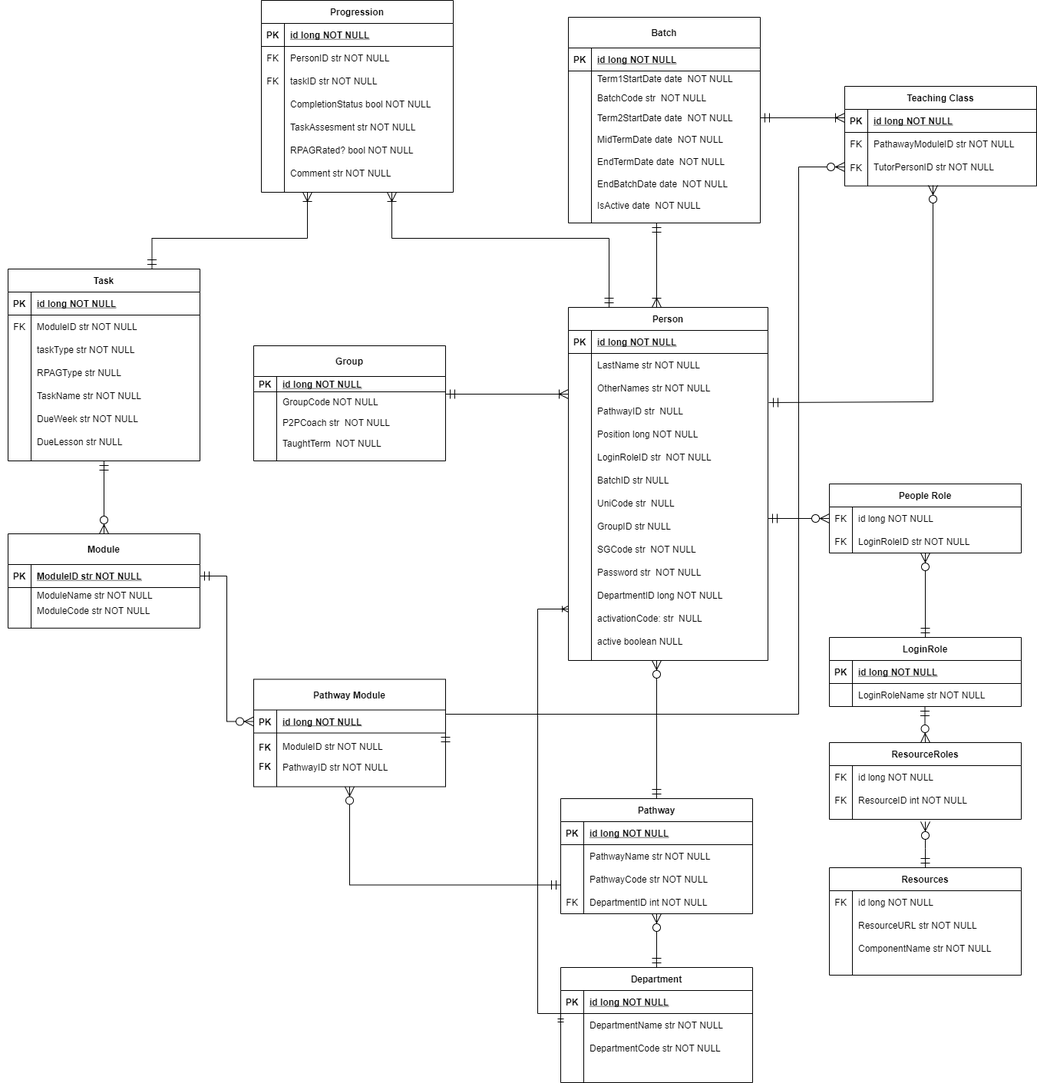
Above: 2021/mongodb/HackathonERD.png in JohnAPedagogy/ProgressiveStudentHackathon (draw.io), before the change. Source tidied: cells renumbered, new cells last; positions are measured from the earlier drawing's top-left corner, leaving out a move shared by most shapes.
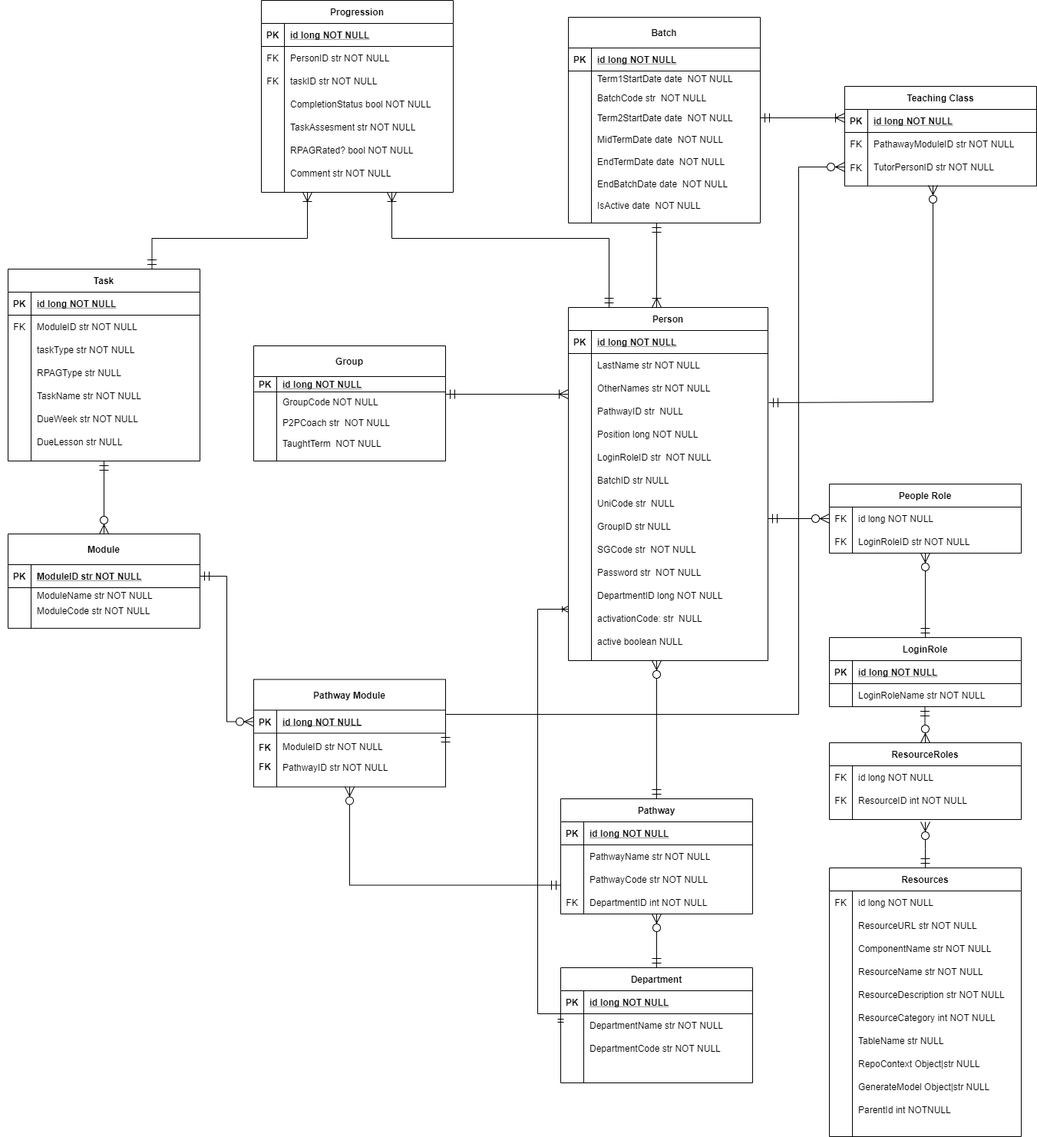
Later version of the same file.

Change to the diagram source:
```diff
@@ -635,7 +635,7 @@
       <mxGeometry x="30" width="220" height="30" as="geometry" />
     </mxCell>
     <mxCell id="196" value="Resources" style="shape=table;startSize=30;rowLines=0;fontStyle=1;align=center;" parent="1" vertex="1">
-      <mxGeometry x="1080" y="1130" width="250" height="140" as="geometry" />
+      <mxGeometry x="1080" y="1130" width="250" height="350" as="geometry" />
     </mxCell>
     <mxCell id="197" style="shape=partialRectangle;fillColor=none;top=0;left=0;right=0;bottom=0;" parent="196" vertex="1">
       <mxGeometry y="30" width="250" height="30" as="geometry" />
@@ -664,6 +664,69 @@
     <mxCell id="205" value="ComponentName str NOT NULL" style="shape=partialRectangle;overflow=hidden;fillColor=none;top=0;left=0;bottom=0;right=0;align=left;spacingLeft=6;" parent="203" vertex="1">
       <mxGeometry x="30" width="220" height="30" as="geometry" />
     </mxCell>
+    <mxCell id="221" style="shape=partialRectangle;fillColor=none;top=0;left=0;right=0;bottom=0;" parent="196" vertex="1">
+      <mxGeometry y="120" width="250" height="30" as="geometry" />
+    </mxCell>
+    <mxCell id="222" style="shape=partialRectangle;overflow=hidden;fillColor=none;top=0;left=0;bottom=0;right=0;" parent="221" vertex="1">
+      <mxGeometry width="30" height="30" as="geometry" />
+    </mxCell>
+    <mxCell id="223" value="ResourceName str NOT NULL" style="shape=partialRectangle;overflow=hidden;fillColor=none;top=0;left=0;bottom=0;right=0;align=left;spacingLeft=6;" parent="221" vertex="1">
+      <mxGeometry x="30" width="220" height="30" as="geometry" />
+    </mxCell>
+    <mxCell id="224" style="shape=partialRectangle;fillColor=none;top=0;left=0;right=0;bottom=0;" parent="196" vertex="1">
+      <mxGeometry y="150" width="250" height="30" as="geometry" />
+    </mxCell>
+    <mxCell id="225" style="shape=partialRectangle;overflow=hidden;fillColor=none;top=0;left=0;bottom=0;right=0;" parent="224" vertex="1">
+      <mxGeometry width="30" height="30" as="geometry" />
+    </mxCell>
+    <mxCell id="226" value="ResourceDescription str NOT NULL" style="shape=partialRectangle;overflow=hidden;fillColor=none;top=0;left=0;bottom=0;right=0;align=left;spacingLeft=6;" parent="224" vertex="1">
+      <mxGeometry x="30" width="220" height="30" as="geometry" />
+    </mxCell>
+    <mxCell id="227" style="shape=partialRectangle;fillColor=none;top=0;left=0;right=0;bottom=0;" parent="196" vertex="1">
+      <mxGeometry y="180" width="250" height="30" as="geometry" />
+    </mxCell>
+    <mxCell id="228" style="shape=partialRectangle;overflow=hidden;fillColor=none;top=0;left=0;bottom=0;right=0;" parent="227" vertex="1">
+      <mxGeometry width="30" height="30" as="geometry" />
+    </mxCell>
+    <mxCell id="229" value="ResourceCategory int NOT NULL" style="shape=partialRectangle;overflow=hidden;fillColor=none;top=0;left=0;bottom=0;right=0;align=left;spacingLeft=6;" parent="227" vertex="1">
+      <mxGeometry x="30" width="220" height="30" as="geometry" />
+    </mxCell>
+    <mxCell id="230" style="shape=partialRectangle;fillColor=none;top=0;left=0;right=0;bottom=0;" parent="196" vertex="1">
+      <mxGeometry y="210" width="250" height="30" as="geometry" />
+    </mxCell>
+    <mxCell id="231" style="shape=partialRectangle;overflow=hidden;fillColor=none;top=0;left=0;bottom=0;right=0;" parent="230" vertex="1">
+      <mxGeometry width="30" height="30" as="geometry" />
+    </mxCell>
+    <mxCell id="232" value="TableName str NULL" style="shape=partialRectangle;overflow=hidden;fillColor=none;top=0;left=0;bottom=0;right=0;align=left;spacingLeft=6;" parent="230" vertex="1">
+      <mxGeometry x="30" width="220" height="30" as="geometry" />
+    </mxCell>
+    <mxCell id="233" style="shape=partialRectangle;fillColor=none;top=0;left=0;right=0;bottom=0;" parent="196" vertex="1">
+      <mxGeometry y="240" width="250" height="30" as="geometry" />
+    </mxCell>
+    <mxCell id="234" style="shape=partialRectangle;overflow=hidden;fillColor=none;top=0;left=0;bottom=0;right=0;" parent="233" vertex="1">
+      <mxGeometry width="30" height="30" as="geometry" />
+    </mxCell>
+    <mxCell id="235" value="RepoContext Object|str NULL" style="shape=partialRectangle;overflow=hidden;fillColor=none;top=0;left=0;bottom=0;right=0;align=left;spacingLeft=6;" parent="233" vertex="1">
+      <mxGeometry x="30" width="220" height="30" as="geometry" />
+    </mxCell>
+    <mxCell id="236" style="shape=partialRectangle;fillColor=none;top=0;left=0;right=0;bottom=0;" parent="196" vertex="1">
+      <mxGeometry y="270" width="250" height="30" as="geometry" />
+    </mxCell>
+    <mxCell id="237" style="shape=partialRectangle;overflow=hidden;fillColor=none;top=0;left=0;bottom=0;right=0;" parent="236" vertex="1">
+      <mxGeometry width="30" height="30" as="geometry" />
+    </mxCell>
+    <mxCell id="238" value="GenerateModel Object|str NULL" style="shape=partialRectangle;overflow=hidden;fillColor=none;top=0;left=0;bottom=0;right=0;align=left;spacingLeft=6;" parent="236" vertex="1">
+      <mxGeometry x="30" width="220" height="30" as="geometry" />
+    </mxCell>
+    <mxCell id="239" style="shape=partialRectangle;fillColor=none;top=0;left=0;right=0;bottom=0;" parent="196" vertex="1">
+      <mxGeometry y="300" width="250" height="30" as="geometry" />
+    </mxCell>
+    <mxCell id="240" style="shape=partialRectangle;overflow=hidden;fillColor=none;top=0;left=0;bottom=0;right=0;" parent="239" vertex="1">
+      <mxGeometry width="30" height="30" as="geometry" />
+    </mxCell>
+    <mxCell id="241" value="ParentId int NOTNULL" style="shape=partialRectangle;overflow=hidden;fillColor=none;top=0;left=0;bottom=0;right=0;align=left;spacingLeft=6;" parent="239" vertex="1">
+      <mxGeometry x="30" width="220" height="30" as="geometry" />
+    </mxCell>
     <mxCell id="206" style="edgeStyle=orthogonalEdgeStyle;rounded=0;jettySize=auto;html=1;endArrow=ERzeroToMany;endFill=1;endSize=10;startSize=10;startArrow=ERmandOne;startFill=0;" parent="1" edge="1" source="208">
       <mxGeometry relative="1" as="geometry">
         <mxPoint x="855" y="1190" as="targetPoint" />
```
